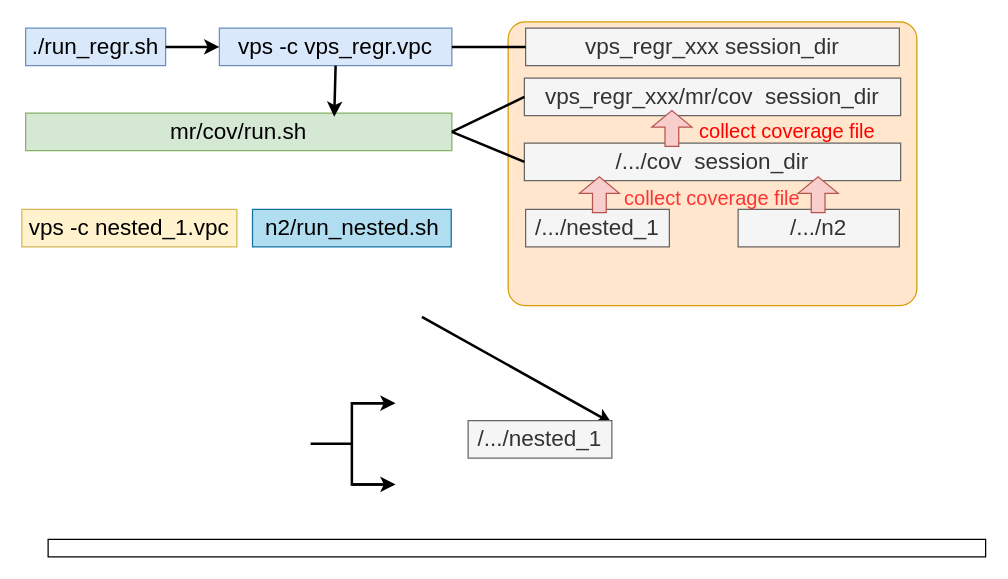
Before: coverage_VPS.drawio in bling-star-hub/MyDiagram, a draw.io diagram. Source tidied: cells renumbered, new cells numbered last; positions are measured from the earlier drawing's top-left corner, leaving out a move shared by most shapes. Both pictures are drawn from the tidied source at 125%, with x=0, y=0 at pixel (21, 21).
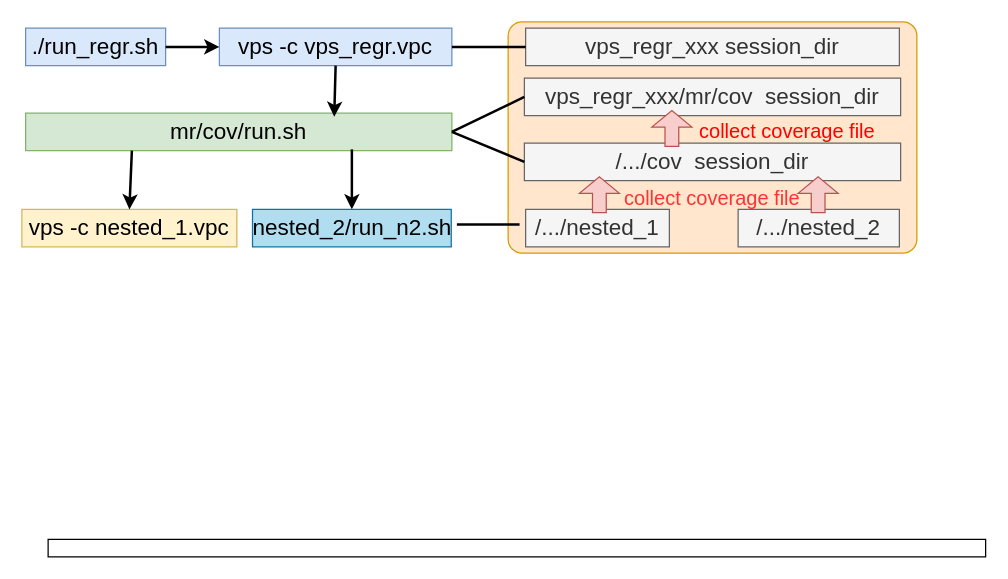
The same page after the edit.

The change refers to these unchanged cells:
```xml
<mxCell id="9" value="vps -c nested_1.vpc" style="text;html=1;align=center;verticalAlign=middle;whiteSpace=wrap;rounded=0;fontSize=18;strokeColor=#d6b656;fillColor=#fff2cc;" parent="1" vertex="1">
  <mxGeometry y="150" width="172" height="30" as="geometry" />
</mxCell>
```

What changed in the source:
```diff
@@
     <mxCell id="2" style="rounded=1;whiteSpace=wrap;html=1;arcSize=6;fillColor=#ffe6cc;strokeColor=#d79b00;" parent="1" vertex="1">
-      <mxGeometry x="389" width="327" height="227" as="geometry" />
+      <mxGeometry x="389" width="327" height="185" as="geometry" />
     </mxCell>
@@
-    <mxCell id="10" value="n2/run_nested.sh" style="text;html=1;align=center;verticalAlign=middle;whiteSpace=wrap;rounded=0;fontSize=18;strokeColor=#10739e;fillColor=#b1ddf0;" parent="1" vertex="1">
+    <mxCell id="10" value="nested_2/run_n2.sh" style="text;html=1;align=center;verticalAlign=middle;whiteSpace=wrap;rounded=0;fontSize=18;strokeColor=#10739e;fillColor=#b1ddf0;" parent="1" vertex="1">
       <mxGeometry x="184.5" y="150" width="159" height="30" as="geometry" />
     </mxCell>
-    <mxCell id="11" value="/.../n2" style="text;html=1;align=center;verticalAlign=middle;whiteSpace=wrap;rounded=0;fontSize=18;strokeColor=#666666;fillColor=#f5f5f5;fontColor=#333333;" parent="1" vertex="1">
+    <mxCell id="11" value="/.../nested_2" style="text;html=1;align=center;verticalAlign=middle;whiteSpace=wrap;rounded=0;fontSize=18;strokeColor=#666666;fillColor=#f5f5f5;fontColor=#333333;" parent="1" vertex="1">
       <mxGeometry x="573" y="150" width="129" height="30" as="geometry" />
     </mxCell>
-    <mxCell id="12" style="strokeWidth=2;html=1;shape=mxgraph.flowchart.annotation_2;align=left;labelPosition=right;comic=0;enumerate=0;fixDash=0;verticalAlign=middle;noLabel=0;" parent="1" vertex="1">
-      <mxGeometry x="231" y="305" width="66" height="65" as="geometry" />
-    </mxCell>
-    <mxCell id="13" style="endArrow=classic;html=1;rounded=0;strokeWidth=2;" parent="1" edge="1">
-      <mxGeometry relative="1" as="geometry">
-        <mxPoint x="264" y="305" as="sourcePoint" />
-        <mxPoint x="299" y="305" as="targetPoint" />
-      </mxGeometry>
-    </mxCell>
-    <mxCell id="14" style="endArrow=classic;html=1;rounded=0;strokeWidth=2;" parent="1" edge="1">
-      <mxGeometry relative="1" as="geometry">
-        <mxPoint x="264" y="370" as="sourcePoint" />
-        <mxPoint x="299" y="370" as="targetPoint" />
-      </mxGeometry>
-    </mxCell>
-    <mxCell id="15" style="endArrow=classic;html=1;rounded=0;strokeWidth=2;entryX=0;entryY=0.5;entryDx=0;entryDy=0;exitX=1;exitY=0.5;exitDx=0;exitDy=0;" parent="1" edge="1">
-      <mxGeometry relative="1" as="geometry">
-        <mxPoint x="320" y="236" as="sourcePoint" />
-        <mxPoint x="472" y="321" as="targetPoint" />
-      </mxGeometry>
-    </mxCell>
@@
-    <mxCell id="25" value="/.../nested_1" style="text;html=1;align=center;verticalAlign=middle;whiteSpace=wrap;rounded=0;fontSize=18;strokeColor=#666666;fillColor=#f5f5f5;fontColor=#333333;" parent="1" vertex="1">
-      <mxGeometry x="357" y="319" width="115" height="30" as="geometry" />
-    </mxCell>
@@
+    <mxCell id="29" style="endArrow=classic;html=1;rounded=0;entryX=0.5;entryY=0;entryDx=0;entryDy=0;strokeWidth=2;" parent="1" edge="1" target="9">
+      <mxGeometry relative="1" as="geometry">
+        <mxPoint x="88" y="103" as="sourcePoint" />
+      </mxGeometry>
+    </mxCell>
+    <mxCell id="30" style="endArrow=classic;html=1;rounded=0;entryX=0.5;entryY=0;entryDx=0;entryDy=0;strokeWidth=2;" parent="1" edge="1" target="10">
+      <mxGeometry relative="1" as="geometry">
+        <mxPoint x="264" y="102" as="sourcePoint" />
+      </mxGeometry>
+    </mxCell>
+    <mxCell id="31" style="endArrow=none;html=1;rounded=0;strokeWidth=2;entryX=0.028;entryY=0.876;entryDx=0;entryDy=0;endFill=0;entryPerimeter=0;" parent="1" edge="1" target="2">
+      <mxGeometry relative="1" as="geometry">
+        <mxPoint x="348" y="162" as="sourcePoint" />
+      </mxGeometry>
+    </mxCell>
```
